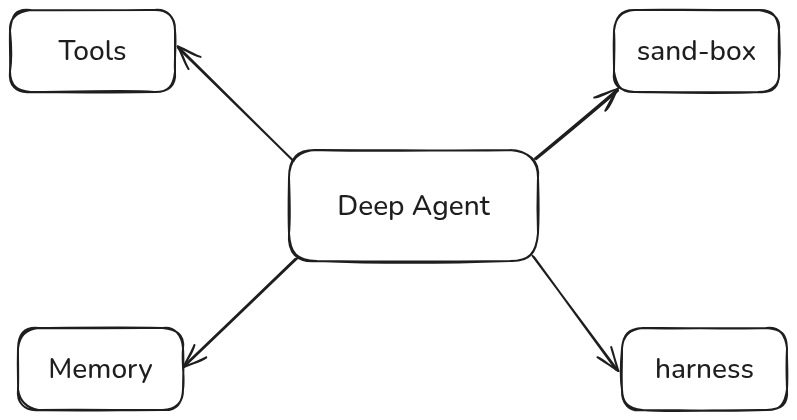
This is 28-Intorduction-to-deep-and-Agents-Harness/Module-1-Building-Deep-Agent/da-architecture.excalidraw.png from MDalamin5/End-to-End-Agentic-Ai-Automation-Lab, a Excalidraw export, as it was before one commit. Source tidied: one line per element, renumbered; positions are measured from the earlier drawing's top-left corner, leaving out a move shared by most shapes.
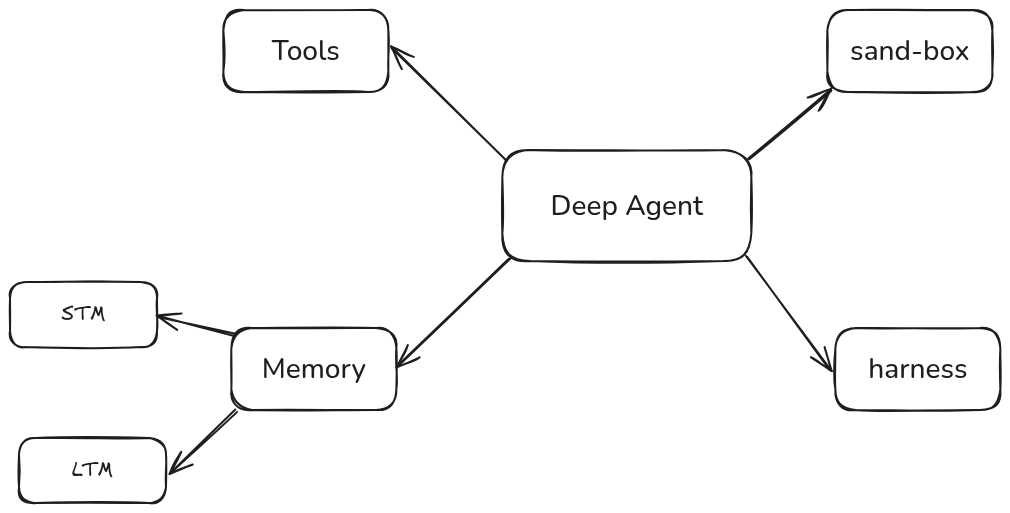
After the commit.

Commit message:
memory as ltm and stm

Change to the diagram source:
```diff
@@ -12,3 +12,9 @@
 {"id": 11, "type": "arrow", "strokeColor": "#1e1e1e", "strokeWidth": 2, "roughness": 1, "endArrowhead": "arrow", "round": true, "from": 0, "to": 8, "x": 524, "y": 247, "width": 83, "height": 113, "points": [[0, 0], [83, 113]]}
 {"id": 12, "type": "arrow", "strokeColor": "#1e1e1e", "strokeWidth": 2, "roughness": 1, "endArrowhead": "arrow", "round": true, "from": 0, "to": 6, "x": 286, "y": 248, "width": 113, "height": 108, "points": [[0, 0], [-113, 108]]}
 {"id": 13, "type": "arrow", "strokeColor": "#1e1e1e", "strokeWidth": 2, "roughness": 1, "endArrowhead": "arrow", "round": true, "from": 0, "to": 2, "x": 283, "y": 151, "width": 116, "height": 114, "points": [[0, 0], [-116, -114]]}
+{"id": 14, "type": "rectangle", "strokeColor": "#1e1e1e", "strokeWidth": 2, "roughness": 1, "round": true, "x": -213, "y": 272, "width": 147, "height": 65}
+{"id": 15, "type": "text", "text": "STM", "strokeColor": "#1e1e1e", "strokeWidth": 2, "roughness": 1, "fontSize": 20, "fontFamily": 5, "textAlign": "center", "verticalAlign": "middle", "inside": 14, "x": -162, "y": 292, "width": 44, "height": 25}
+{"id": 16, "type": "rectangle", "strokeColor": "#1e1e1e", "strokeWidth": 2, "roughness": 1, "round": true, "x": -204, "y": 428, "width": 147, "height": 65}
+{"id": 17, "type": "text", "text": "LTM", "strokeColor": "#1e1e1e", "strokeWidth": 2, "roughness": 1, "fontSize": 20, "fontFamily": 5, "textAlign": "center", "verticalAlign": "middle", "inside": 16, "x": -151, "y": 448, "width": 41, "height": 25}
+{"id": 18, "type": "arrow", "strokeColor": "#1e1e1e", "strokeWidth": 2, "roughness": 1, "endArrowhead": "arrow", "round": true, "from": 6, "to": 14, "x": 11, "y": 324, "width": 76, "height": 18, "points": [[0, 0], [-76, -18]]}
+{"id": 19, "type": "arrow", "strokeColor": "#1e1e1e", "strokeWidth": 2, "roughness": 1, "endArrowhead": "arrow", "round": true, "from": 6, "to": 16, "x": 13, "y": 400, "width": 66, "height": 64, "points": [[0, 0], [-66, 64]]}
```
